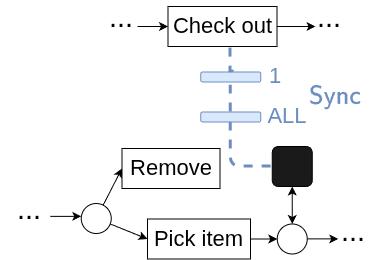
Earlier version of the draw.io export docs/images/check_out.png (francescameneghello/object_centric_simulator). Source tidied: cells renumbered, new cells last; positions are measured from the earlier drawing's top-left corner, leaving out a move shared by most shapes. Its diagram source:
```xml
<mxGraphModel math="1">
  <root>
    <mxCell id="0" />
    <mxCell id="1" parent="0" />
    <mxCell id="2" style="html=1;entryX=0;entryY=0.5;entryDx=0;entryDy=0;rounded=0;fontSize=22;" parent="1" edge="1" source="4" target="10">
      <mxGeometry relative="1" as="geometry" />
    </mxCell>
    <mxCell id="3" style="rounded=0;jettySize=auto;html=1;entryX=0;entryY=0.5;entryDx=0;entryDy=0;" parent="1" edge="1" source="4" target="5">
      <mxGeometry relative="1" as="geometry" />
    </mxCell>
    <mxCell id="4" style="ellipse;whiteSpace=wrap;html=1;fontSize=22;" parent="1" vertex="1">
      <mxGeometry x="81.8" y="201" width="30" height="30" as="geometry" />
    </mxCell>
    <mxCell id="5" value="Remove" style="rounded=0;whiteSpace=wrap;html=1;strokeWidth=1;fontSize=22;strokeColor=#000000;" parent="1" vertex="1">
      <mxGeometry x="122.5" y="146" width="98" height="40" as="geometry" />
    </mxCell>
    <mxCell id="6" style="edgeStyle=none;html=1;entryX=0;entryY=0.5;entryDx=0;entryDy=0;exitX=1;exitY=0.5;exitDx=0;exitDy=0;fontSize=22;" parent="1" edge="1" target="8">
      <mxGeometry relative="1" as="geometry">
        <mxPoint x="138" y="24" as="sourcePoint" />
      </mxGeometry>
    </mxCell>
    <mxCell id="7" style="edgeStyle=none;html=1;fontSize=22;exitX=1;exitY=0.5;exitDx=0;exitDy=0;" parent="1" edge="1" source="8">
      <mxGeometry relative="1" as="geometry">
        <mxPoint x="316" y="24" as="targetPoint" />
      </mxGeometry>
    </mxCell>
    <mxCell id="8" value="Check out" style="rounded=0;whiteSpace=wrap;html=1;strokeWidth=1;fontSize=22;" parent="1" vertex="1">
      <mxGeometry x="168.5" y="4" width="109" height="40" as="geometry" />
    </mxCell>
    <mxCell id="9" style="edgeStyle=none;html=1;fontSize=22;" parent="1" edge="1" source="10" target="11">
      <mxGeometry relative="1" as="geometry" />
    </mxCell>
    <mxCell id="10" value="Pick item" style="rounded=0;whiteSpace=wrap;html=1;strokeWidth=1;fontSize=22;" parent="1" vertex="1">
      <mxGeometry x="148" y="216.5" width="103" height="40" as="geometry" />
    </mxCell>
    <mxCell id="11" style="ellipse;whiteSpace=wrap;html=1;fontSize=22;" parent="1" vertex="1">
      <mxGeometry x="277.8" y="221.5" width="30" height="30" as="geometry" />
    </mxCell>
    <mxCell id="12" style="rounded=1;whiteSpace=wrap;html=1;fillColor=#dae8fc;strokeColor=#6c8ebf;fontSize=22;" parent="1" vertex="1">
      <mxGeometry x="201.2" y="69.5" width="60" height="10" as="geometry" />
    </mxCell>
    <mxCell id="13" style="edgeStyle=none;html=1;entryX=0.5;entryY=1;entryDx=0;entryDy=0;endArrow=none;endFill=0;dashed=1;fillColor=#f8cecc;strokeColor=#6C8EBF;fontSize=22;strokeWidth=3;" parent="1" edge="1" source="15" target="12">
      <mxGeometry relative="1" as="geometry" />
    </mxCell>
    <mxCell id="14" style="edgeStyle=orthogonalEdgeStyle;rounded=1;jettySize=auto;html=1;exitX=0.5;exitY=1;exitDx=0;exitDy=0;dashed=1;strokeWidth=3;fillColor=#dae8fc;strokeColor=#6c8ebf;endArrow=none;endFill=0;curved=0;entryX=0;entryY=0.5;entryDx=0;entryDy=0;" parent="1" edge="1" source="15" target="21">
      <mxGeometry relative="1" as="geometry">
        <Array as="points">
          <mxPoint x="231" y="164" />
        </Array>
      </mxGeometry>
    </mxCell>
    <mxCell id="15" style="rounded=1;whiteSpace=wrap;html=1;fillColor=#dae8fc;strokeColor=#6c8ebf;fontSize=22;" parent="1" vertex="1">
      <mxGeometry x="201.2" y="109.5" width="60" height="10" as="geometry" />
    </mxCell>
    <mxCell id="16" value="1" style="text;html=1;whiteSpace=wrap;strokeColor=none;fillColor=none;align=center;verticalAlign=middle;rounded=0;fontColor=#6C8EBF;fontSize=22;" parent="1" vertex="1">
      <mxGeometry x="246.2" y="59.5" width="60" height="30" as="geometry" />
    </mxCell>
    <mxCell id="17" value="ALL" style="text;html=1;whiteSpace=wrap;align=center;verticalAlign=middle;rounded=0;fontSize=22;fontColor=#6C8EBF;" parent="1" vertex="1">
      <mxGeometry x="257.8" y="99.5" width="60" height="30" as="geometry" />
    </mxCell>
    <mxCell id="18" value="&lt;font style=&quot;&quot;&gt;&lt;b&gt;$$\textsf{Sync}$$&lt;/b&gt;&amp;nbsp;&lt;/font&gt;" style="text;html=1;whiteSpace=wrap;align=center;verticalAlign=middle;rounded=0;fontSize=22;fontColor=#6C8EBF;" parent="1" vertex="1">
      <mxGeometry x="297.2" y="78.5" width="78" height="59" as="geometry" />
    </mxCell>
    <mxCell id="19" style="edgeStyle=orthogonalEdgeStyle;rounded=0;jettySize=auto;html=1;exitX=0.555;exitY=-0.037;exitDx=0;exitDy=0;entryX=0.573;entryY=0.974;entryDx=0;entryDy=0;entryPerimeter=0;dashed=1;strokeWidth=3;fillColor=#dae8fc;strokeColor=#6c8ebf;exitPerimeter=0;endArrow=none;endFill=0;" parent="1" edge="1" source="12" target="8">
      <mxGeometry relative="1" as="geometry" />
    </mxCell>
    <mxCell id="20" style="edgeStyle=orthogonalEdgeStyle;rounded=0;jettySize=auto;html=1;exitX=0.5;exitY=1;exitDx=0;exitDy=0;entryX=0.5;entryY=0;entryDx=0;entryDy=0;startArrow=classic;startFill=1;" parent="1" edge="1" source="21" target="11">
      <mxGeometry relative="1" as="geometry" />
    </mxCell>
    <mxCell id="21" style="rounded=1;whiteSpace=wrap;html=1;fillColor=#1A1A1A;fontSize=22;" parent="1" vertex="1">
      <mxGeometry x="272.8" y="144" width="40" height="40" as="geometry" />
    </mxCell>
    <mxCell id="22" style="edgeStyle=none;html=1;entryX=0;entryY=0.5;entryDx=0;entryDy=0;exitX=1;exitY=0.5;exitDx=0;exitDy=0;fontSize=22;" parent="1" edge="1">
      <mxGeometry relative="1" as="geometry">
        <mxPoint x="50.8" y="213.8" as="sourcePoint" />
        <mxPoint x="81.8" y="213.8" as="targetPoint" />
      </mxGeometry>
    </mxCell>
    <mxCell id="23" style="edgeStyle=none;html=1;entryX=0;entryY=0.5;entryDx=0;entryDy=0;exitX=1;exitY=0.5;exitDx=0;exitDy=0;fontSize=22;" parent="1" edge="1">
      <mxGeometry relative="1" as="geometry">
        <mxPoint x="307.8" y="236.4" as="sourcePoint" />
        <mxPoint x="338.8" y="236.4" as="targetPoint" />
      </mxGeometry>
    </mxCell>
    <mxCell id="24" value="&lt;font style=&quot;font-size: 29px;&quot;&gt;...&lt;/font&gt;" style="text;html=1;whiteSpace=wrap;strokeColor=none;fillColor=none;align=center;verticalAlign=middle;rounded=0;" parent="1" vertex="1">
      <mxGeometry x="92" width="60" height="30" as="geometry" />
    </mxCell>
    <mxCell id="25" value="&lt;font style=&quot;font-size: 29px;&quot;&gt;...&lt;/font&gt;" style="text;html=1;whiteSpace=wrap;strokeColor=none;fillColor=none;align=center;verticalAlign=middle;rounded=0;" parent="1" vertex="1">
      <mxGeometry x="300" width="60" height="30" as="geometry" />
    </mxCell>
    <mxCell id="26" value="&lt;font style=&quot;font-size: 29px;&quot;&gt;...&lt;/font&gt;" style="text;html=1;whiteSpace=wrap;strokeColor=none;fillColor=none;align=center;verticalAlign=middle;rounded=0;" parent="1" vertex="1">
      <mxGeometry y="191.5" width="60" height="30" as="geometry" />
    </mxCell>
    <mxCell id="27" value="&lt;font style=&quot;font-size: 29px;&quot;&gt;...&lt;/font&gt;" style="text;html=1;whiteSpace=wrap;strokeColor=none;fillColor=none;align=center;verticalAlign=middle;rounded=0;" parent="1" vertex="1">
      <mxGeometry x="323.8" y="214" width="60" height="30" as="geometry" />
    </mxCell>
  </root>
</mxGraphModel>
```
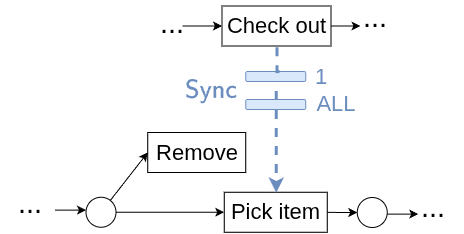
After the change.

The edit, as a diff of the source:
```diff
@@ -9,90 +9,80 @@
       <mxGeometry relative="1" as="geometry" />
     </mxCell>
     <mxCell id="4" style="ellipse;whiteSpace=wrap;html=1;fontSize=22;" parent="1" vertex="1">
-      <mxGeometry x="81.8" y="201" width="30" height="30" as="geometry" />
+      <mxGeometry x="3158" y="553.2" width="30" height="30" as="geometry" />
     </mxCell>
     <mxCell id="5" value="Remove" style="rounded=0;whiteSpace=wrap;html=1;strokeWidth=1;fontSize=22;strokeColor=#000000;" parent="1" vertex="1">
-      <mxGeometry x="122.5" y="146" width="98" height="40" as="geometry" />
+      <mxGeometry x="3219.8" y="488.5" width="98" height="40" as="geometry" />
     </mxCell>
     <mxCell id="6" style="edgeStyle=none;html=1;entryX=0;entryY=0.5;entryDx=0;entryDy=0;exitX=1;exitY=0.5;exitDx=0;exitDy=0;fontSize=22;" parent="1" edge="1" target="8">
       <mxGeometry relative="1" as="geometry">
-        <mxPoint x="138" y="24" as="sourcePoint" />
+        <mxPoint x="3254.5" y="382" as="sourcePoint" />
       </mxGeometry>
     </mxCell>
     <mxCell id="7" style="edgeStyle=none;html=1;fontSize=22;exitX=1;exitY=0.5;exitDx=0;exitDy=0;" parent="1" edge="1" source="8">
       <mxGeometry relative="1" as="geometry">
-        <mxPoint x="316" y="24" as="targetPoint" />
+        <mxPoint x="3432.5" y="382" as="targetPoint" />
       </mxGeometry>
     </mxCell>
     <mxCell id="8" value="Check out" style="rounded=0;whiteSpace=wrap;html=1;strokeWidth=1;fontSize=22;" parent="1" vertex="1">
-      <mxGeometry x="168.5" y="4" width="109" height="40" as="geometry" />
+      <mxGeometry x="3294" y="362" width="109" height="40" as="geometry" />
     </mxCell>
     <mxCell id="9" style="edgeStyle=none;html=1;fontSize=22;" parent="1" edge="1" source="10" target="11">
       <mxGeometry relative="1" as="geometry" />
     </mxCell>
     <mxCell id="10" value="Pick item" style="rounded=0;whiteSpace=wrap;html=1;strokeWidth=1;fontSize=22;" parent="1" vertex="1">
-      <mxGeometry x="148" y="216.5" width="103" height="40" as="geometry" />
+      <mxGeometry x="3296.2" y="548.2" width="103" height="40" as="geometry" />
     </mxCell>
     <mxCell id="11" style="ellipse;whiteSpace=wrap;html=1;fontSize=22;" parent="1" vertex="1">
-      <mxGeometry x="277.8" y="221.5" width="30" height="30" as="geometry" />
+      <mxGeometry x="3429.2" y="553.5" width="30" height="30" as="geometry" />
     </mxCell>
     <mxCell id="12" style="rounded=1;whiteSpace=wrap;html=1;fillColor=#dae8fc;strokeColor=#6c8ebf;fontSize=22;" parent="1" vertex="1">
-      <mxGeometry x="201.2" y="69.5" width="60" height="10" as="geometry" />
+      <mxGeometry x="3317.8" y="427.5" width="60" height="10" as="geometry" />
     </mxCell>
     <mxCell id="13" style="edgeStyle=none;html=1;entryX=0.5;entryY=1;entryDx=0;entryDy=0;endArrow=none;endFill=0;dashed=1;fillColor=#f8cecc;strokeColor=#6C8EBF;fontSize=22;strokeWidth=3;" parent="1" edge="1" source="15" target="12">
       <mxGeometry relative="1" as="geometry" />
     </mxCell>
-    <mxCell id="14" style="edgeStyle=orthogonalEdgeStyle;rounded=1;jettySize=auto;html=1;exitX=0.5;exitY=1;exitDx=0;exitDy=0;dashed=1;strokeWidth=3;fillColor=#dae8fc;strokeColor=#6c8ebf;endArrow=none;endFill=0;curved=0;entryX=0;entryY=0.5;entryDx=0;entryDy=0;" parent="1" edge="1" source="15" target="21">
-      <mxGeometry relative="1" as="geometry">
-        <Array as="points">
-          <mxPoint x="231" y="164" />
-        </Array>
-      </mxGeometry>
+    <mxCell id="14" style="rounded=1;jettySize=auto;html=1;exitX=0.5;exitY=1;exitDx=0;exitDy=0;dashed=1;strokeWidth=3;fillColor=#dae8fc;strokeColor=#6c8ebf;endArrow=classic;endFill=1;entryX=0.5;entryY=0;entryDx=0;entryDy=0;" parent="1" edge="1" source="15" target="10">
+      <mxGeometry relative="1" as="geometry" />
     </mxCell>
     <mxCell id="15" style="rounded=1;whiteSpace=wrap;html=1;fillColor=#dae8fc;strokeColor=#6c8ebf;fontSize=22;" parent="1" vertex="1">
-      <mxGeometry x="201.2" y="109.5" width="60" height="10" as="geometry" />
+      <mxGeometry x="3317.8" y="455.5" width="60" height="10" as="geometry" />
     </mxCell>
     <mxCell id="16" value="1" style="text;html=1;whiteSpace=wrap;strokeColor=none;fillColor=none;align=center;verticalAlign=middle;rounded=0;fontColor=#6C8EBF;fontSize=22;" parent="1" vertex="1">
-      <mxGeometry x="246.2" y="59.5" width="60" height="30" as="geometry" />
+      <mxGeometry x="3362.8" y="417.5" width="60" height="30" as="geometry" />
     </mxCell>
     <mxCell id="17" value="ALL" style="text;html=1;whiteSpace=wrap;align=center;verticalAlign=middle;rounded=0;fontSize=22;fontColor=#6C8EBF;" parent="1" vertex="1">
-      <mxGeometry x="257.8" y="99.5" width="60" height="30" as="geometry" />
+      <mxGeometry x="3377.8" y="445.2" width="60" height="30" as="geometry" />
     </mxCell>
     <mxCell id="18" value="&lt;font style=&quot;&quot;&gt;&lt;b&gt;$$\textsf{Sync}$$&lt;/b&gt;&amp;nbsp;&lt;/font&gt;" style="text;html=1;whiteSpace=wrap;align=center;verticalAlign=middle;rounded=0;fontSize=22;fontColor=#6C8EBF;" parent="1" vertex="1">
-      <mxGeometry x="297.2" y="78.5" width="78" height="59" as="geometry" />
+      <mxGeometry x="3243.8" y="430.2" width="78" height="59" as="geometry" />
     </mxCell>
-    <mxCell id="19" style="edgeStyle=orthogonalEdgeStyle;rounded=0;jettySize=auto;html=1;exitX=0.555;exitY=-0.037;exitDx=0;exitDy=0;entryX=0.573;entryY=0.974;entryDx=0;entryDy=0;entryPerimeter=0;dashed=1;strokeWidth=3;fillColor=#dae8fc;strokeColor=#6c8ebf;exitPerimeter=0;endArrow=none;endFill=0;" parent="1" edge="1" source="12" target="8">
+    <mxCell id="19" style="edgeStyle=orthogonalEdgeStyle;rounded=0;jettySize=auto;html=1;exitX=0.555;exitY=-0.037;exitDx=0;exitDy=0;entryX=0.5;entryY=1;entryDx=0;entryDy=0;dashed=1;strokeWidth=3;fillColor=#dae8fc;strokeColor=#6c8ebf;exitPerimeter=0;endArrow=none;endFill=0;" parent="1" edge="1" source="12" target="8">
       <mxGeometry relative="1" as="geometry" />
     </mxCell>
-    <mxCell id="20" style="edgeStyle=orthogonalEdgeStyle;rounded=0;jettySize=auto;html=1;exitX=0.5;exitY=1;exitDx=0;exitDy=0;entryX=0.5;entryY=0;entryDx=0;entryDy=0;startArrow=classic;startFill=1;" parent="1" edge="1" source="21" target="11">
-      <mxGeometry relative="1" as="geometry" />
+    <mxCell id="20" style="edgeStyle=none;html=1;entryX=0;entryY=0.5;entryDx=0;entryDy=0;exitX=1;exitY=0.5;exitDx=0;exitDy=0;fontSize=22;" parent="1" edge="1">
+      <mxGeometry relative="1" as="geometry">
+        <mxPoint x="3127" y="566.1" as="sourcePoint" />
+        <mxPoint x="3158" y="566.1" as="targetPoint" />
+      </mxGeometry>
     </mxCell>
-    <mxCell id="21" style="rounded=1;whiteSpace=wrap;html=1;fillColor=#1A1A1A;fontSize=22;" parent="1" vertex="1">
-      <mxGeometry x="272.8" y="144" width="40" height="40" as="geometry" />
+    <mxCell id="21" style="edgeStyle=none;html=1;entryX=0;entryY=0.5;entryDx=0;entryDy=0;exitX=1;exitY=0.5;exitDx=0;exitDy=0;fontSize=22;" parent="1" edge="1">
+      <mxGeometry relative="1" as="geometry">
+        <mxPoint x="3459.2" y="570.1" as="sourcePoint" />
+        <mxPoint x="3490.2" y="570.1" as="targetPoint" />
+      </mxGeometry>
     </mxCell>
-    <mxCell id="22" style="edgeStyle=none;html=1;entryX=0;entryY=0.5;entryDx=0;entryDy=0;exitX=1;exitY=0.5;exitDx=0;exitDy=0;fontSize=22;" parent="1" edge="1">
-      <mxGeometry relative="1" as="geometry">
-        <mxPoint x="50.8" y="213.8" as="sourcePoint" />
-        <mxPoint x="81.8" y="213.8" as="targetPoint" />
-      </mxGeometry>
+    <mxCell id="22" value="&lt;font style=&quot;font-size: 29px;&quot;&gt;...&lt;/font&gt;" style="text;html=1;whiteSpace=wrap;strokeColor=none;fillColor=none;align=center;verticalAlign=middle;rounded=0;" parent="1" vertex="1">
+      <mxGeometry x="3213.5" y="364" width="60" height="30" as="geometry" />
     </mxCell>
-    <mxCell id="23" style="edgeStyle=none;html=1;entryX=0;entryY=0.5;entryDx=0;entryDy=0;exitX=1;exitY=0.5;exitDx=0;exitDy=0;fontSize=22;" parent="1" edge="1">
-      <mxGeometry relative="1" as="geometry">
-        <mxPoint x="307.8" y="236.4" as="sourcePoint" />
-        <mxPoint x="338.8" y="236.4" as="targetPoint" />
-      </mxGeometry>
+    <mxCell id="23" value="&lt;font style=&quot;font-size: 29px;&quot;&gt;...&lt;/font&gt;" style="text;html=1;whiteSpace=wrap;strokeColor=none;fillColor=none;align=center;verticalAlign=middle;rounded=0;" parent="1" vertex="1">
+      <mxGeometry x="3416.5" y="358" width="60" height="30" as="geometry" />
     </mxCell>
     <mxCell id="24" value="&lt;font style=&quot;font-size: 29px;&quot;&gt;...&lt;/font&gt;" style="text;html=1;whiteSpace=wrap;strokeColor=none;fillColor=none;align=center;verticalAlign=middle;rounded=0;" parent="1" vertex="1">
-      <mxGeometry x="92" width="60" height="30" as="geometry" />
+      <mxGeometry x="3072" y="543.5" width="60" height="30" as="geometry" />
     </mxCell>
     <mxCell id="25" value="&lt;font style=&quot;font-size: 29px;&quot;&gt;...&lt;/font&gt;" style="text;html=1;whiteSpace=wrap;strokeColor=none;fillColor=none;align=center;verticalAlign=middle;rounded=0;" parent="1" vertex="1">
-      <mxGeometry x="300" width="60" height="30" as="geometry" />
+      <mxGeometry x="3475.2" y="547.8" width="60" height="30" as="geometry" />
     </mxCell>
-    <mxCell id="26" value="&lt;font style=&quot;font-size: 29px;&quot;&gt;...&lt;/font&gt;" style="text;html=1;whiteSpace=wrap;strokeColor=none;fillColor=none;align=center;verticalAlign=middle;rounded=0;" parent="1" vertex="1">
-      <mxGeometry y="191.5" width="60" height="30" as="geometry" />
-    </mxCell>
-    <mxCell id="27" value="&lt;font style=&quot;font-size: 29px;&quot;&gt;...&lt;/font&gt;" style="text;html=1;whiteSpace=wrap;strokeColor=none;fillColor=none;align=center;verticalAlign=middle;rounded=0;" parent="1" vertex="1">
-      <mxGeometry x="323.8" y="214" width="60" height="30" as="geometry" />
-    </mxCell>
   </root>
 </mxGraphModel>
```
